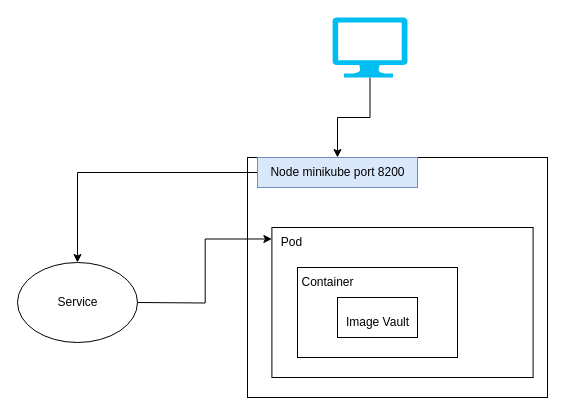
Above: lab1/Untitled Diagram.drawio in ZhannaTursunbekova/2022_2023-introduction_to_distributed_technologies-k4110c-tursunbekova_z_k (draw.io), before the change. Source tidied: cells renumbered, new cells numbered last; positions are measured from the earlier drawing's top-left corner, leaving out a move shared by most shapes. Both pictures are drawn from the tidied source at 100%, with x=0, y=0 at pixel (17, 17).
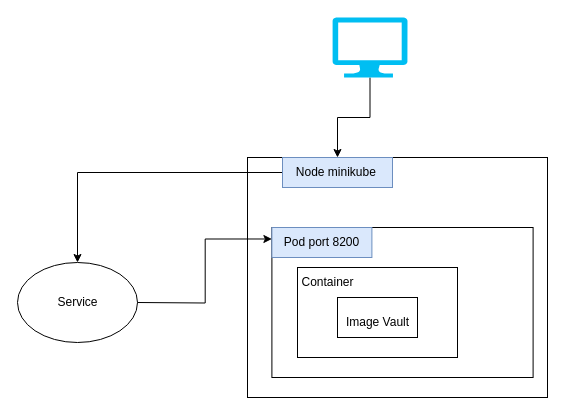
After the change.

Diff of the diagram source:
```diff
@@
 <mxGraphModel>
   <root>
     <mxCell id="0" />
     <mxCell id="1" parent="0" />
     <mxCell id="2" style="rounded=0;whiteSpace=wrap;html=1;labelBackgroundColor=none;" parent="1" vertex="1">
       <mxGeometry x="230" y="140" width="300" height="240" as="geometry" />
     </mxCell>
     <mxCell id="3" style="rounded=0;whiteSpace=wrap;html=1;labelBackgroundColor=none;" parent="1" vertex="1">
       <mxGeometry x="254.4" y="210" width="261.2" height="150" as="geometry" />
     </mxCell>
     <mxCell id="4" style="rounded=0;html=1;labelBackgroundColor=none;" parent="1" vertex="1">
       <mxGeometry x="280" y="250" width="160" height="90" as="geometry" />
     </mxCell>
     <mxCell id="5" style="rounded=0;whiteSpace=wrap;html=1;" parent="1" vertex="1">
       <mxGeometry x="320" y="280" width="80" height="40" as="geometry" />
     </mxCell>
     <mxCell id="6" value="Image Vault" style="text;html=1;align=center;verticalAlign=middle;fillColor=none;strokeColor=none;rounded=0;" parent="1" vertex="1">
       <mxGeometry x="315" y="290" width="90" height="30" as="geometry" />
     </mxCell>
     <mxCell id="7" value="Container&lt;br&gt;" style="text;html=1;align=center;verticalAlign=middle;fillColor=none;strokeColor=none;rounded=0;labelBackgroundColor=none;" parent="1" vertex="1">
       <mxGeometry x="270" y="250" width="80" height="30" as="geometry" />
     </mxCell>
-    <mxCell id="8" value="Pod" style="text;html=1;align=center;verticalAlign=middle;points=[];fillColor=none;strokeColor=none;rounded=0;labelBackgroundColor=none;" parent="1" vertex="1">
-      <mxGeometry x="254.4" y="210" width="40" height="30" as="geometry" />
+    <mxCell id="8" value="Pod port 8200" style="text;html=1;align=center;verticalAlign=middle;points=[];fillColor=#dae8fc;strokeColor=#6c8ebf;rounded=0;labelBackgroundColor=none;" parent="1" vertex="1">
+      <mxGeometry x="254.4" y="210" width="100" height="30" as="geometry" />
     </mxCell>
     <mxCell id="9" style="edgeStyle=orthogonalEdgeStyle;rounded=0;jettySize=auto;html=1;entryX=0.5;entryY=0;entryDx=0;entryDy=0;" parent="1" edge="1" source="10" target="11">
       <mxGeometry relative="1" as="geometry" />
     </mxCell>
-    <mxCell id="10" value="Node minikube port 8200" style="text;html=1;align=center;verticalAlign=middle;points=[];fillColor=#dae8fc;strokeColor=#6c8ebf;rounded=0;labelBackgroundColor=none;" parent="1" vertex="1">
-      <mxGeometry x="240" y="140" width="160" height="30" as="geometry" />
+    <mxCell id="10" value="Node minikube&amp;nbsp;" style="text;html=1;align=center;verticalAlign=middle;points=[];fillColor=#dae8fc;strokeColor=#6c8ebf;rounded=0;labelBackgroundColor=none;" parent="1" vertex="1">
+      <mxGeometry x="265" y="140" width="110" height="30" as="geometry" />
     </mxCell>
     <mxCell id="11" style="ellipse;whiteSpace=wrap;html=1;labelBackgroundColor=none;" parent="1" vertex="1">
       <mxGeometry y="245" width="120" height="80" as="geometry" />
     </mxCell>
     <mxCell id="12" style="edgeStyle=orthogonalEdgeStyle;rounded=0;jettySize=auto;html=1;entryX=0;entryY=0.383;entryDx=0;entryDy=0;entryPerimeter=0;" parent="1" edge="1" target="8">
       <mxGeometry relative="1" as="geometry">
         <mxPoint x="120" y="285" as="sourcePoint" />
       </mxGeometry>
     </mxCell>
     <mxCell id="13" value="Service" style="text;html=1;align=center;verticalAlign=middle;fillColor=none;strokeColor=none;rounded=0;labelBackgroundColor=none;" parent="1" vertex="1">
       <mxGeometry x="30" y="270" width="60" height="30" as="geometry" />
     </mxCell>
     <mxCell id="14" style="edgeStyle=orthogonalEdgeStyle;rounded=0;jettySize=auto;html=1;exitX=0.5;exitY=1;exitDx=0;exitDy=0;exitPerimeter=0;" parent="1" edge="1" source="15" target="10">
       <mxGeometry relative="1" as="geometry" />
     </mxCell>
     <mxCell id="15" style="verticalLabelPosition=bottom;html=1;verticalAlign=top;align=center;strokeColor=none;fillColor=#00BEF2;shape=mxgraph.azure.computer;labelBackgroundColor=none;" parent="1" vertex="1">
       <mxGeometry x="315" width="75" height="60" as="geometry" />
     </mxCell>
   </root>
 </mxGraphModel>
```
